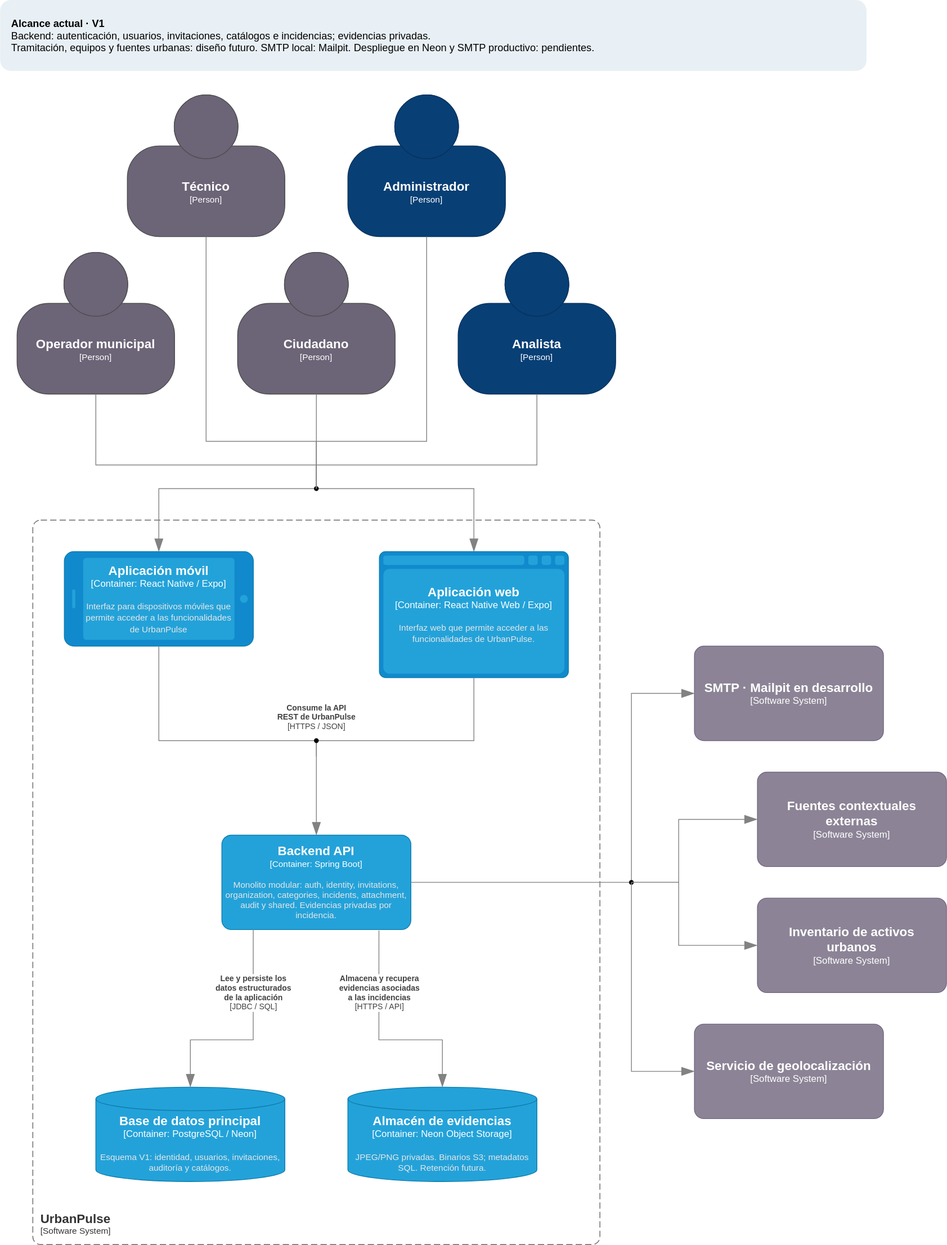
CeNtAuRoOo/urban-pulse-app keeps this draw.io diagram as docs/diagrams/c4-containers.svg. Above is the earlier version. Source tidied: cells renumbered, new cells last; positions are measured from the earlier drawing's top-left corner, leaving out a move shared by most shapes.
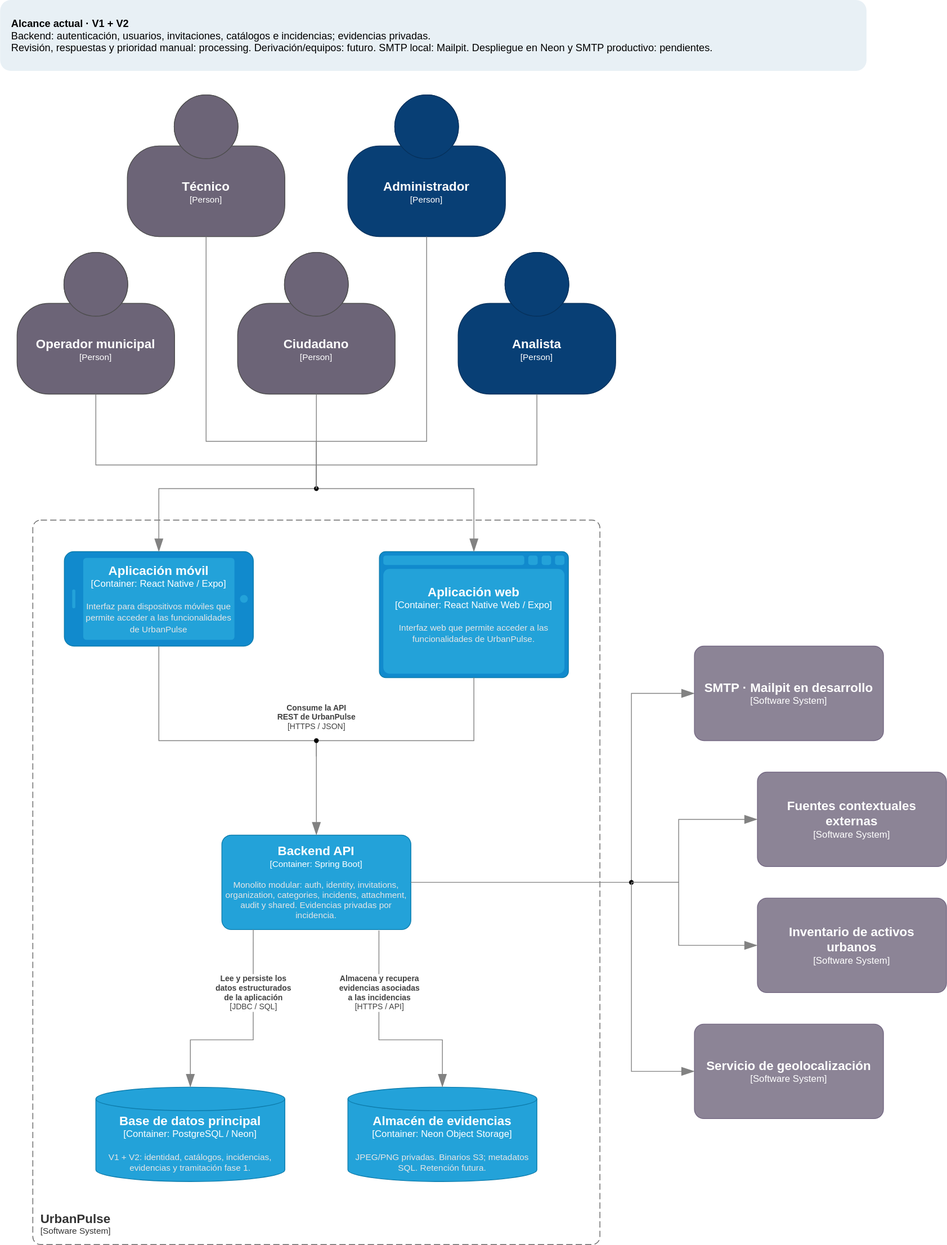
The same file after the commit.

Diff of the diagram source:
```diff
@@ -12,7 +12,7 @@
         <mxGeometry x="281" y="1060" width="240" height="120" as="geometry" />
       </mxCell>
     </object>
-    <object id="4" label="&lt;font style=&quot;font-size: 16px&quot;&gt;&lt;b&gt;%c4Name%&lt;/b&gt;&lt;/font&gt;&lt;div&gt;[%c4Type%: %c4Technology%]&lt;/div&gt;&lt;br&gt;&lt;div&gt;&lt;font style=&quot;font-size: 11px&quot;&gt;&lt;font color=&quot;#E6E6E6&quot;&gt;%c4Description%&lt;/font&gt;&lt;/div&gt;" c4Description="Esquema V1: identidad, usuarios, invitaciones, auditoría y catálogos." c4Name="Base de datos principal" c4Technology="PostgreSQL / Neon" c4Type="Container" placeholders="1">
+    <object id="4" label="&lt;font style=&quot;font-size: 16px&quot;&gt;&lt;b&gt;%c4Name%&lt;/b&gt;&lt;/font&gt;&lt;div&gt;[%c4Type%: %c4Technology%]&lt;/div&gt;&lt;br&gt;&lt;div&gt;&lt;font style=&quot;font-size: 11px&quot;&gt;&lt;font color=&quot;#E6E6E6&quot;&gt;%c4Description%&lt;/font&gt;&lt;/div&gt;" c4Description="V1 + V2: identidad, catálogos, incidencias, evidencias y tramitación fase 1." c4Name="Base de datos principal" c4Technology="PostgreSQL / Neon" c4Type="Container" placeholders="1">
       <mxCell style="shape=cylinder3;size=15;whiteSpace=wrap;html=1;boundedLbl=1;rounded=0;labelBackgroundColor=none;fillColor=#23A2D9;fontSize=12;fontColor=#ffffff;align=center;strokeColor=#0E7DAD;points=[[0.5,0,0],[1,0.25,0],[1,0.5,0],[1,0.75,0],[0.5,1,0],[0,0.75,0],[0,0.5,0],[0,0.25,0]];" parent="1" vertex="1">
         <mxGeometry x="121" y="1380" width="240" height="120" as="geometry" />
       </mxCell>
@@ -234,7 +234,7 @@
         <mxGeometry x="881" y="820" width="240" height="120" as="geometry" />
       </mxCell>
     </object>
-    <mxCell id="37" value="&lt;b&gt;Alcance actual · V1&lt;/b&gt;&lt;br&gt;Backend: autenticación, usuarios, invitaciones, catálogos e incidencias; evidencias privadas.&lt;br&gt;Tramitación, equipos y fuentes urbanas: diseño futuro. SMTP local: Mailpit. Despliegue en Neon y SMTP productivo: pendientes." style="rounded=1;whiteSpace=wrap;html=1;align=left;verticalAlign=middle;spacing=14;fillColor=#e8f0f5;strokeColor=none;fontSize=13;" parent="1" vertex="1">
+    <mxCell id="37" value="&lt;b&gt;Alcance actual · V1 + V2&lt;/b&gt;&lt;br&gt;Backend: autenticación, usuarios, invitaciones, catálogos e incidencias; evidencias privadas.&lt;br&gt;Revisión, respuestas y prioridad manual: processing. Derivación/equipos: futuro. SMTP local: Mailpit. Despliegue en Neon y SMTP productivo: pendientes." style="rounded=1;whiteSpace=wrap;html=1;align=left;verticalAlign=middle;spacing=14;fillColor=#e8f0f5;strokeColor=none;fontSize=13;" parent="1" vertex="1">
       <mxGeometry width="1100" height="90" as="geometry" />
     </mxCell>
   </root>
```
